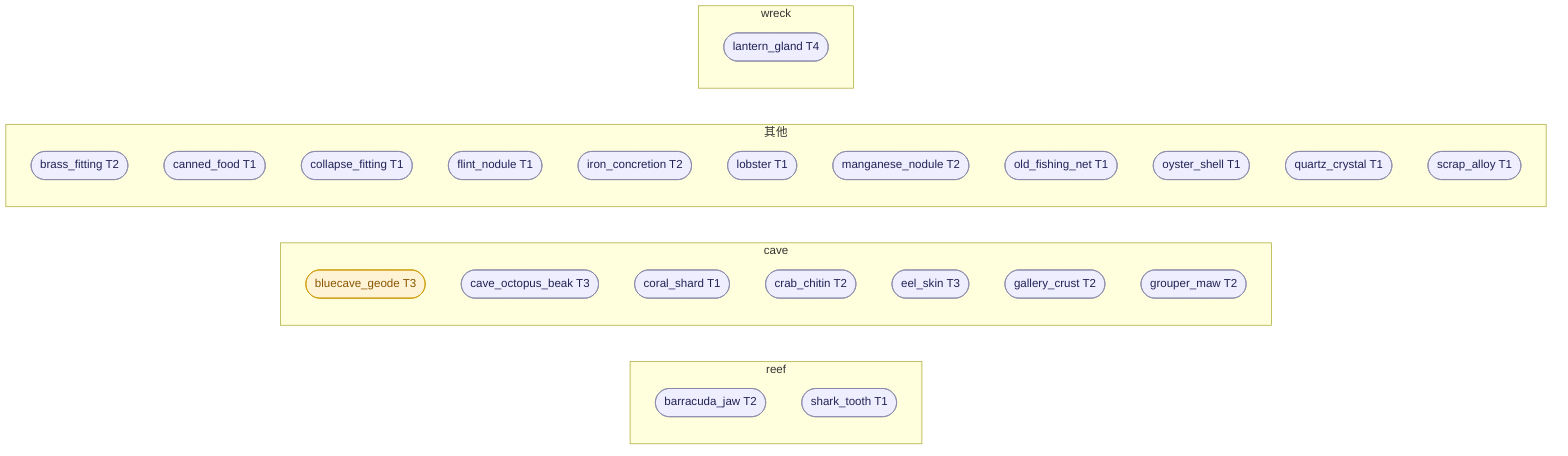
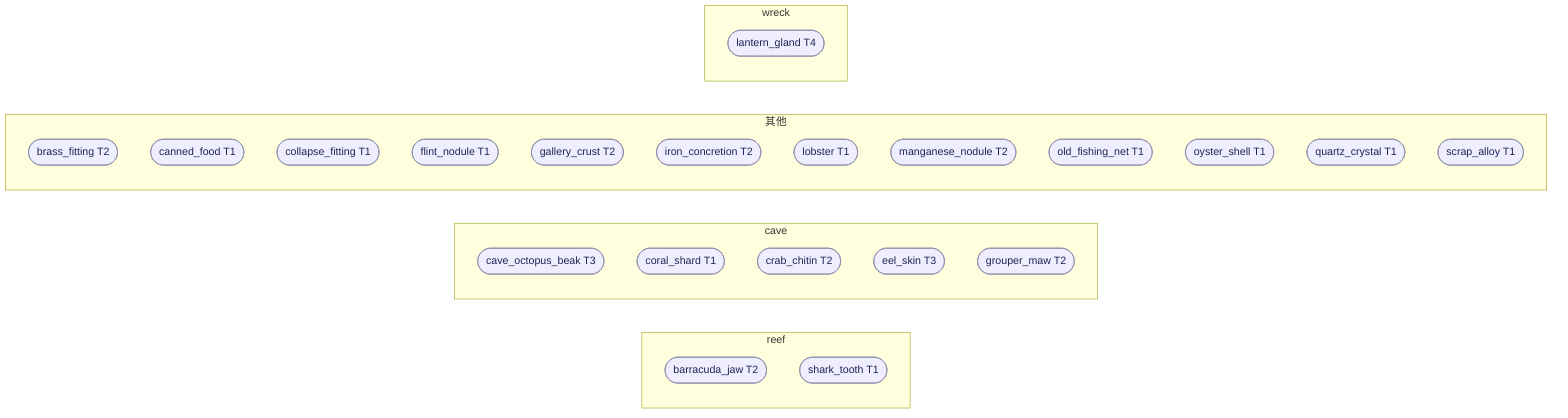
%% 自动生成·勿手改——`node scripts/emit-economy-graph.mjs --write` 再生（见 scripts/lib/economy-dag.mjs）
%% 边 = 建造 --需要--> 材料；红 = 违反 F1/F2/F4 硬门·琥珀 = F5 软警告（详情跑 npm run regress --only economy）
flowchart LR
  classDef bad fill:#fdd,stroke:#c00,stroke-width:2px,color:#900;
  classDef warn fill:#fff3d6,stroke:#c90,stroke-width:1px,color:#850;
  classDef mat fill:#eef,stroke:#88a,color:#225;
  subgraph reef["reef"]
    item_barracuda_jaw(["barracuda_jaw T2"]):::mat
    item_shark_tooth(["shark_tooth T1"]):::mat
  end
  subgraph cave["cave"]
-     item_bluecave_geode(["bluecave_geode T3"]):::warn
    item_cave_octopus_beak(["cave_octopus_beak T3"]):::mat
    item_coral_shard(["coral_shard T1"]):::mat
    item_crab_chitin(["crab_chitin T2"]):::mat
    item_eel_skin(["eel_skin T3"]):::mat
-     item_gallery_crust(["gallery_crust T2"]):::mat
    item_grouper_maw(["grouper_maw T2"]):::mat
  end
  subgraph __["其他"]
    item_brass_fitting(["brass_fitting T2"]):::mat
    item_canned_food(["canned_food T1"]):::mat
    item_collapse_fitting(["collapse_fitting T1"]):::mat
    item_flint_nodule(["flint_nodule T1"]):::mat
+     item_gallery_crust(["gallery_crust T2"]):::mat
    item_iron_concretion(["iron_concretion T2"]):::mat
    item_lobster(["lobster T1"]):::mat
    item_manganese_nodule(["manganese_nodule T2"]):::mat
    item_old_fishing_net(["old_fishing_net T1"]):::mat
    item_oyster_shell(["oyster_shell T1"]):::mat
    item_quartz_crystal(["quartz_crystal T1"]):::mat
    item_scrap_alloy(["scrap_alloy T1"]):::mat
  end
  subgraph wreck["wreck"]
    item_lantern_gland(["lantern_gland T4"]):::mat
  end
